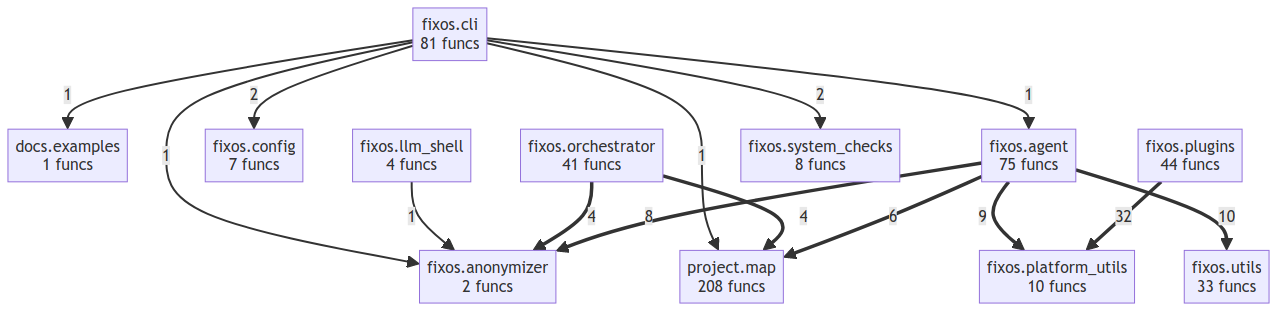
Earlier version of the Mermaid export project/compact_flow.png (wronai/fixos). Its source is kept beside it as project/compact_flow.mmd.
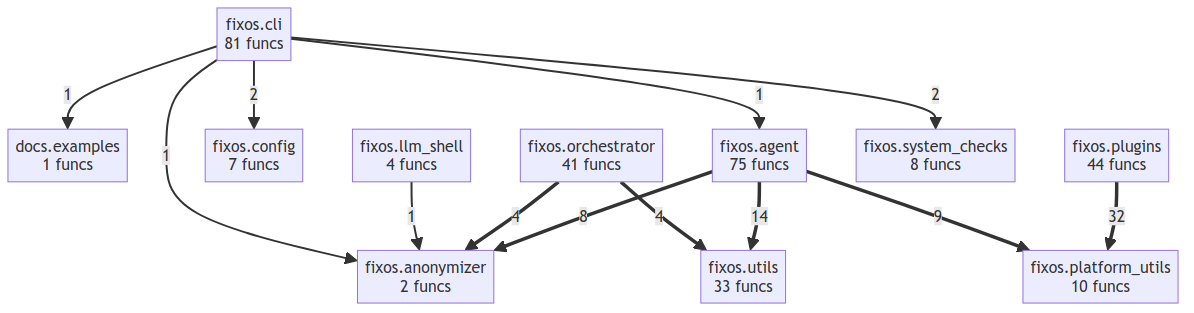
The same diagram one commit later.

Change to the diagram source:
```diff
@@ -10,18 +10,15 @@
     fixos__plugins["fixos.plugins<br/>44 funcs"]
     fixos__system_checks["fixos.system_checks<br/>8 funcs"]
     fixos__utils["fixos.utils<br/>33 funcs"]
-    project__map["project.map<br/>208 funcs"]
     fixos__plugins ==>|32| fixos__platform_utils
-    fixos__agent ==>|10| fixos__utils
+    fixos__agent ==>|14| fixos__utils
     fixos__agent ==>|9| fixos__platform_utils
     fixos__agent ==>|8| fixos__anonymizer
-    fixos__agent ==>|6| project__map
     fixos__orchestrator ==>|4| fixos__anonymizer
-    fixos__orchestrator ==>|4| project__map
+    fixos__orchestrator ==>|4| fixos__utils
+    fixos__cli -->|2| fixos__system_checks
     fixos__cli -->|2| fixos__config
-    fixos__cli -->|2| fixos__system_checks
     fixos__llm_shell -->|1| fixos__anonymizer
-    fixos__cli -->|1| project__map
     fixos__cli -->|1| fixos__anonymizer
     fixos__cli -->|1| docs__examples
     fixos__cli -->|1| fixos__agent
```
